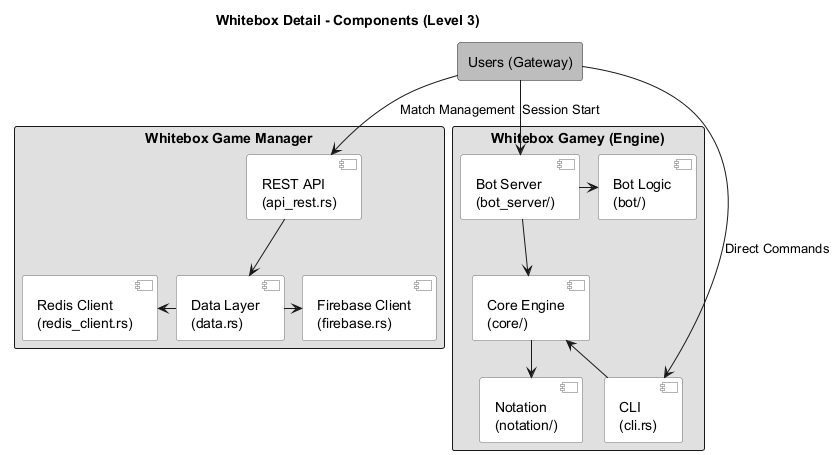
The PlantUML diagram images/level3.png in Arquisoft/yovi_en2a, before a commit. Source of this version:
```plantuml
@startuml
skinparam linetype ortho
skinparam shadowing false
skinparam component {
    BackgroundColor #FFFFFF
    BorderColor #666666
}

title Whitebox Detail - Components (Level 3)

rectangle "Users (Gateway)" as Gateway #BDBDBD

rectangle "Whitebox Game Manager" #E0E0E0 {
    component [REST API\n(api_rest.rs)] as GM_API
    component [Data Layer\n(data.rs)] as GM_Data
    component [Firebase Client\n(firebase.rs)] as GM_Fire
    component [Redis Client\n(redis_client.rs)] as GM_Redis

    GM_API -down-> GM_Data
    GM_Data -right-> GM_Fire
    GM_Data -left-> GM_Redis
}

rectangle "Whitebox Gamey (Engine)" #E0E0E0 {
    component [Core Engine\n(core/)] as G_Core
    component [Bot Server\n(bot_server/)] as G_BotSrv
    component [Bot Logic\n(bot/)] as G_Bot
    component [Notation\n(notation/)] as G_Notation
    component [CLI\n(cli.rs)] as G_CLI

    G_BotSrv -down-> G_Core
    G_BotSrv -right-> G_Bot
    G_Core -down-> G_Notation
    G_CLI -up-> G_Core
}

Gateway -down-> GM_API : Match Management
Gateway -down-> G_BotSrv : Session Start
Gateway -down-> G_CLI : Direct Commands
@enduml
```
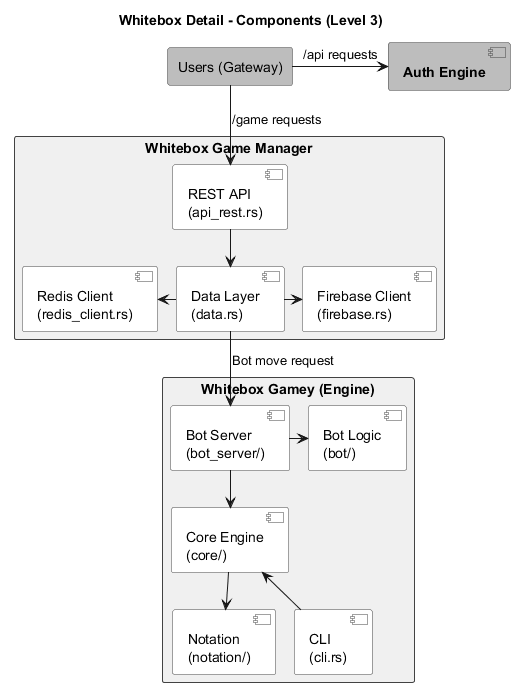
The same diagram one commit later.

What changed in the source:
```diff
@@ -1,16 +1,23 @@
 @startuml
+skinparam shadowing false
 skinparam linetype ortho
-skinparam shadowing false
+skinparam nodesep 60
+skinparam ranksep 60
+skinparam rectangle {
+    BackgroundColor #FFFFFF
+    BorderColor #424242
+}
 skinparam component {
     BackgroundColor #FFFFFF
-    BorderColor #666666
+    BorderColor #424242
 }
 
 title Whitebox Detail - Components (Level 3)
 
 rectangle "Users (Gateway)" as Gateway #BDBDBD
+component [**Auth Engine**] as Auth #BDBDBD
 
-rectangle "Whitebox Game Manager" #E0E0E0 {
+rectangle "Whitebox Game Manager" #F0F0F0 {
     component [REST API\n(api_rest.rs)] as GM_API
     component [Data Layer\n(data.rs)] as GM_Data
     component [Firebase Client\n(firebase.rs)] as GM_Fire
@@ -21,7 +28,7 @@
     GM_Data -left-> GM_Redis
 }
 
-rectangle "Whitebox Gamey (Engine)" #E0E0E0 {
+rectangle "Whitebox Gamey (Engine)" #F0F0F0 {
     component [Core Engine\n(core/)] as G_Core
     component [Bot Server\n(bot_server/)] as G_BotSrv
     component [Bot Logic\n(bot/)] as G_Bot
@@ -34,7 +41,7 @@
     G_CLI -up-> G_Core
 }
 
-Gateway -down-> GM_API : Match Management
-Gateway -down-> G_BotSrv : Session Start
-Gateway -down-> G_CLI : Direct Commands
+Gateway -down-> GM_API : /game requests
+Gateway -right-> Auth : /api requests
+GM_Data -down-> G_BotSrv : Bot move request
 @enduml
```
